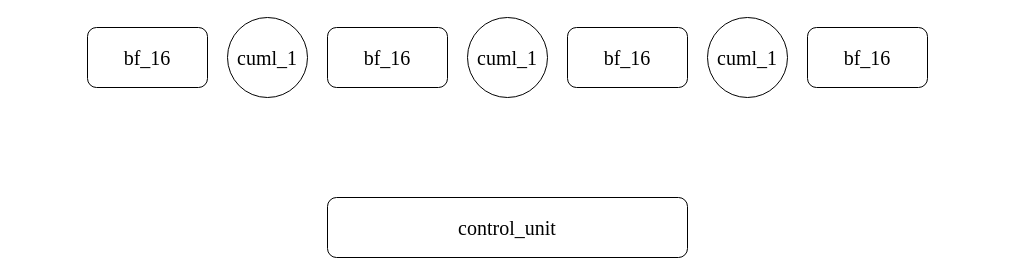
Earlier version of the draw.io diagram 未命名绘图.drawio (ALpht/16_FFT). Source tidied: cells renumbered, new cells numbered last; positions are measured from the earlier drawing's top-left corner, leaving out a move shared by most shapes. Both pictures are drawn from the tidied source at 100%, with x=0, y=0 at pixel (87, 17).
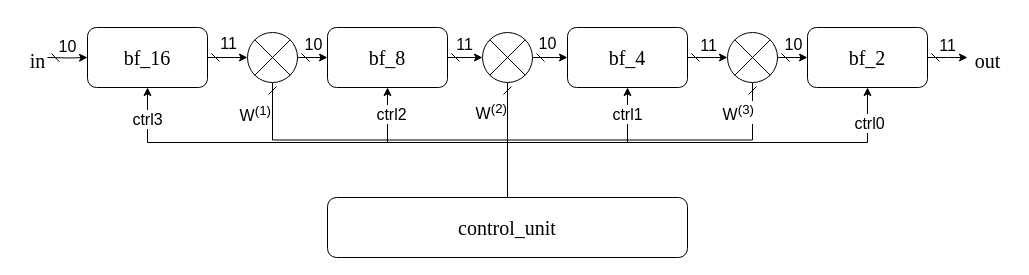
After the change.

Commit message:
更新未命名绘图.drawio

The change refers to these unchanged cells:
```xml
<mxCell id="5" value="&lt;font style=&quot;font-size: 20px;&quot; face=&quot;Times New Roman&quot;&gt;bf_16&lt;/font&gt;" style="rounded=1;whiteSpace=wrap;html=1;" parent="1" vertex="1">
  <mxGeometry y="10" width="120" height="60" as="geometry" />
</mxCell>
<mxCell id="9" value="&lt;font style=&quot;font-size: 20px;&quot; face=&quot;Times New Roman&quot;&gt;control_unit&lt;/font&gt;" style="rounded=1;whiteSpace=wrap;html=1;" parent="1" vertex="1">
  <mxGeometry x="240" y="180" width="360" height="60" as="geometry" />
</mxCell>
```

The edit, as a diff of the source:
```diff
@@
+    <mxCell id="10" style="edgeStyle=orthogonalEdgeStyle;rounded=0;jettySize=auto;html=1;exitX=1;exitY=0.5;exitDx=0;exitDy=0;entryX=0;entryY=0.5;entryDx=0;entryDy=0;startArrow=dash;startFill=0;" parent="1" edge="1" source="2" target="39">
+      <mxGeometry relative="1" as="geometry" />
+    </mxCell>
+    <mxCell id="11" value="&lt;font style=&quot;font-size: 16px;&quot;&gt;11&lt;/font&gt;" style="edgeLabel;html=1;align=center;verticalAlign=bottom;labelPosition=center;verticalLabelPosition=top;" parent="10" vertex="1">
+      <mxGeometry x="-0.09" y="2" relative="1" as="geometry" />
+    </mxCell>
-    <mxCell id="2" value="&lt;font style=&quot;font-size: 20px;&quot; face=&quot;Times New Roman&quot;&gt;bf_16&lt;/font&gt;" style="rounded=1;whiteSpace=wrap;html=1;" parent="1" vertex="1">
+    <mxCell id="2" value="&lt;font style=&quot;font-size: 20px;&quot; face=&quot;Times New Roman&quot;&gt;bf_8&lt;/font&gt;" style="rounded=1;whiteSpace=wrap;html=1;" parent="1" vertex="1">
       <mxGeometry x="240" y="10" width="120" height="60" as="geometry" />
     </mxCell>
+    <mxCell id="12" style="edgeStyle=orthogonalEdgeStyle;rounded=0;jettySize=auto;html=1;exitX=1;exitY=0.5;exitDx=0;exitDy=0;entryX=0;entryY=0.5;entryDx=0;entryDy=0;startArrow=dash;startFill=0;" parent="1" edge="1" source="3" target="36">
+      <mxGeometry relative="1" as="geometry" />
+    </mxCell>
+    <mxCell id="13" value="&lt;font style=&quot;font-size: 16px;&quot;&gt;11&lt;/font&gt;" style="edgeLabel;html=1;align=center;verticalAlign=bottom;fontSize=11;fontFamily=Helvetica;fontColor=default;labelPosition=center;verticalLabelPosition=top;" parent="12" vertex="1">
+      <mxGeometry y="1" relative="1" as="geometry" />
+    </mxCell>
-    <mxCell id="3" value="&lt;font style=&quot;font-size: 20px;&quot; face=&quot;Times New Roman&quot;&gt;bf_16&lt;/font&gt;" style="rounded=1;whiteSpace=wrap;html=1;" parent="1" vertex="1">
+    <mxCell id="3" value="&lt;font style=&quot;font-size: 20px;&quot; face=&quot;Times New Roman&quot;&gt;bf_4&lt;/font&gt;" style="rounded=1;whiteSpace=wrap;html=1;" parent="1" vertex="1">
       <mxGeometry x="480" y="10" width="120" height="60" as="geometry" />
     </mxCell>
+    <mxCell id="14" style="edgeStyle=orthogonalEdgeStyle;rounded=0;jettySize=auto;html=1;exitX=1;exitY=0.5;exitDx=0;exitDy=0;startArrow=dash;startFill=0;" parent="1" edge="1" source="4">
+      <mxGeometry relative="1" as="geometry">
+        <mxPoint x="880" y="40" as="targetPoint" />
+      </mxGeometry>
+    </mxCell>
+    <mxCell id="15" value="&lt;font style=&quot;font-size: 16px;&quot;&gt;11&lt;/font&gt;" style="edgeLabel;html=1;align=center;verticalAlign=bottom;fontSize=11;fontFamily=Helvetica;fontColor=default;labelPosition=center;verticalLabelPosition=top;" parent="14" vertex="1">
+      <mxGeometry x="-0.06" y="1" relative="1" as="geometry" />
+    </mxCell>
-    <mxCell id="4" value="&lt;font style=&quot;font-size: 20px;&quot; face=&quot;Times New Roman&quot;&gt;bf_16&lt;/font&gt;" style="rounded=1;whiteSpace=wrap;html=1;" parent="1" vertex="1">
+    <mxCell id="4" value="&lt;font style=&quot;font-size: 20px;&quot; face=&quot;Times New Roman&quot;&gt;bf_2&lt;/font&gt;" style="rounded=1;whiteSpace=wrap;html=1;" parent="1" vertex="1">
       <mxGeometry x="720" y="10" width="120" height="60" as="geometry" />
     </mxCell>
+    <mxCell id="16" style="edgeStyle=orthogonalEdgeStyle;rounded=0;jettySize=auto;html=1;exitX=0;exitY=0.5;exitDx=0;exitDy=0;entryX=0;entryY=0.5;entryDx=0;entryDy=0;startArrow=dash;startFill=0;" parent="1" edge="1" target="5">
+      <mxGeometry relative="1" as="geometry">
+        <mxPoint x="-40" y="40" as="sourcePoint" />
+      </mxGeometry>
+    </mxCell>
+    <mxCell id="17" value="&lt;font style=&quot;font-size: 16px;&quot;&gt;10&lt;/font&gt;" style="edgeLabel;html=1;align=center;verticalAlign=bottom;labelPosition=center;verticalLabelPosition=top;" parent="16" vertex="1">
+      <mxGeometry relative="1" as="geometry" />
+    </mxCell>
+    <mxCell id="18" style="edgeStyle=orthogonalEdgeStyle;rounded=0;jettySize=auto;html=1;exitX=1;exitY=0.5;exitDx=0;exitDy=0;entryX=0;entryY=0.5;entryDx=0;entryDy=0;startArrow=dash;startFill=0;" parent="1" edge="1" source="5" target="42">
+      <mxGeometry relative="1" as="geometry" />
+    </mxCell>
+    <mxCell id="19" value="&lt;font style=&quot;font-size: 16px;&quot;&gt;11&lt;/font&gt;" style="edgeLabel;html=1;align=center;verticalAlign=bottom;labelPosition=center;verticalLabelPosition=top;" parent="18" vertex="1">
+      <mxGeometry y="3" relative="1" as="geometry" />
+    </mxCell>
@@
-    <mxCell id="6" value="&lt;font style=&quot;font-size: 20px;&quot; face=&quot;Times New Roman&quot;&gt;cuml_1&lt;/font&gt;" style="ellipse;whiteSpace=wrap;html=1;" parent="1" vertex="1">
-      <mxGeometry x="140" width="80" height="80" as="geometry" />
-    </mxCell>
-    <mxCell id="7" value="&lt;font style=&quot;font-size: 20px;&quot; face=&quot;Times New Roman&quot;&gt;cuml_1&lt;/font&gt;" style="ellipse;whiteSpace=wrap;html=1;" parent="1" vertex="1">
-      <mxGeometry x="380" width="80" height="80" as="geometry" />
-    </mxCell>
-    <mxCell id="8" value="&lt;font style=&quot;font-size: 20px;&quot; face=&quot;Times New Roman&quot;&gt;cuml_1&lt;/font&gt;" style="ellipse;whiteSpace=wrap;html=1;" parent="1" vertex="1">
-      <mxGeometry x="620" width="80" height="80" as="geometry" />
-    </mxCell>
+    <mxCell id="20" style="edgeStyle=orthogonalEdgeStyle;rounded=0;jettySize=auto;html=1;exitX=0.5;exitY=0;exitDx=0;exitDy=0;entryX=0.5;entryY=1;entryDx=0;entryDy=0;" parent="1" edge="1" source="9" target="5">
+      <mxGeometry relative="1" as="geometry" />
+    </mxCell>
+    <mxCell id="21" value="&lt;font style=&quot;font-size: 16px;&quot;&gt;ctrl3&lt;/font&gt;" style="edgeLabel;html=1;align=center;verticalAlign=middle;fontSize=11;fontFamily=Helvetica;fontColor=default;labelPosition=center;verticalLabelPosition=middle;" parent="20" vertex="1">
+      <mxGeometry x="0.87" y="1" relative="1" as="geometry" />
+    </mxCell>
+    <mxCell id="22" style="edgeStyle=orthogonalEdgeStyle;rounded=0;jettySize=auto;html=1;exitX=0.5;exitY=0;exitDx=0;exitDy=0;entryX=0.5;entryY=1;entryDx=0;entryDy=0;" parent="1" edge="1" source="9" target="2">
+      <mxGeometry relative="1" as="geometry" />
+    </mxCell>
+    <mxCell id="23" value="&lt;font style=&quot;font-size: 16px;&quot;&gt;ctrl2&lt;/font&gt;" style="edgeLabel;html=1;align=center;verticalAlign=middle;fontSize=11;fontFamily=Helvetica;fontColor=default;labelPosition=center;verticalLabelPosition=middle;" parent="22" vertex="1">
+      <mxGeometry x="0.77" y="-3" relative="1" as="geometry" />
+    </mxCell>
+    <mxCell id="24" style="edgeStyle=orthogonalEdgeStyle;rounded=0;jettySize=auto;html=1;exitX=0.5;exitY=0;exitDx=0;exitDy=0;entryX=0.5;entryY=1;entryDx=0;entryDy=0;" parent="1" edge="1" source="9" target="3">
+      <mxGeometry relative="1" as="geometry" />
+    </mxCell>
+    <mxCell id="25" value="&lt;font style=&quot;font-size: 16px;&quot;&gt;ctrl1&lt;/font&gt;" style="edgeLabel;html=1;align=center;verticalAlign=middle;fontSize=11;fontFamily=Helvetica;fontColor=default;labelPosition=center;verticalLabelPosition=middle;" parent="24" vertex="1">
+      <mxGeometry x="0.77" y="1" relative="1" as="geometry" />
+    </mxCell>
+    <mxCell id="26" style="edgeStyle=orthogonalEdgeStyle;rounded=0;jettySize=auto;html=1;exitX=0.5;exitY=0;exitDx=0;exitDy=0;entryX=0.5;entryY=1;entryDx=0;entryDy=0;" parent="1" edge="1" source="9" target="4">
+      <mxGeometry relative="1" as="geometry" />
+    </mxCell>
+    <mxCell id="27" value="&lt;font style=&quot;font-size: 16px;&quot;&gt;ctrl0&lt;/font&gt;" style="edgeLabel;html=1;align=center;verticalAlign=middle;fontSize=11;fontFamily=Helvetica;fontColor=default;labelPosition=center;verticalLabelPosition=middle;" parent="26" vertex="1">
+      <mxGeometry x="0.85" y="-1" relative="1" as="geometry" />
+    </mxCell>
+    <mxCell id="28" style="edgeStyle=orthogonalEdgeStyle;rounded=0;jettySize=auto;html=1;exitX=0.5;exitY=0;exitDx=0;exitDy=0;entryX=0.5;entryY=1;entryDx=0;entryDy=0;endArrow=dash;endFill=0;" parent="1" edge="1" source="9" target="42">
+      <mxGeometry relative="1" as="geometry" />
+    </mxCell>
+    <mxCell id="29" value="&lt;font style=&quot;font-size: 16px;&quot;&gt;W&lt;sup&gt;(1)&lt;/sup&gt;&lt;/font&gt;" style="edgeLabel;html=1;align=right;verticalAlign=middle;fontSize=11;fontFamily=Helvetica;fontColor=default;labelPosition=left;verticalLabelPosition=middle;" parent="28" vertex="1">
+      <mxGeometry x="0.83" y="1" relative="1" as="geometry" />
+    </mxCell>
+    <mxCell id="30" style="edgeStyle=orthogonalEdgeStyle;rounded=0;jettySize=auto;html=1;exitX=0.5;exitY=0;exitDx=0;exitDy=0;entryX=0.5;entryY=1;entryDx=0;entryDy=0;endArrow=dash;endFill=0;" parent="1" edge="1" source="9" target="39">
+      <mxGeometry relative="1" as="geometry" />
+    </mxCell>
+    <mxCell id="31" value="&lt;font style=&quot;font-size: 16px;&quot;&gt;W&lt;sup&gt;(2)&lt;/sup&gt;&lt;/font&gt;" style="edgeLabel;html=1;align=right;verticalAlign=middle;fontSize=11;fontFamily=Helvetica;fontColor=default;labelPosition=left;verticalLabelPosition=middle;" parent="30" vertex="1">
+      <mxGeometry x="0.51" relative="1" as="geometry" />
+    </mxCell>
+    <mxCell id="32" style="edgeStyle=orthogonalEdgeStyle;rounded=0;jettySize=auto;html=1;exitX=0.5;exitY=0;exitDx=0;exitDy=0;entryX=0.5;entryY=1;entryDx=0;entryDy=0;endArrow=dash;endFill=0;" parent="1" edge="1" source="9" target="36">
+      <mxGeometry relative="1" as="geometry" />
+    </mxCell>
+    <mxCell id="33" value="&lt;font style=&quot;font-size: 16px;&quot;&gt;W&lt;sup&gt;(3)&lt;/sup&gt;&lt;/font&gt;" style="edgeLabel;html=1;align=right;verticalAlign=middle;fontSize=11;fontFamily=Helvetica;fontColor=default;labelPosition=left;verticalLabelPosition=middle;" parent="32" vertex="1">
+      <mxGeometry x="0.84" y="-2" relative="1" as="geometry" />
+    </mxCell>
@@
+    <mxCell id="34" style="edgeStyle=orthogonalEdgeStyle;rounded=0;jettySize=auto;html=1;exitX=1;exitY=0.5;exitDx=0;exitDy=0;entryX=0;entryY=0.5;entryDx=0;entryDy=0;startArrow=dash;startFill=0;" parent="1" edge="1" source="36" target="4">
+      <mxGeometry relative="1" as="geometry" />
+    </mxCell>
+    <mxCell id="35" value="&lt;font style=&quot;font-size: 16px;&quot;&gt;10&lt;/font&gt;" style="edgeLabel;html=1;align=center;verticalAlign=bottom;fontSize=11;fontFamily=Helvetica;fontColor=default;labelPosition=center;verticalLabelPosition=top;" parent="34" vertex="1">
+      <mxGeometry y="2" relative="1" as="geometry" />
+    </mxCell>
+    <mxCell id="36" style="shape=sumEllipse;perimeter=ellipsePerimeter;whiteSpace=wrap;html=1;backgroundOutline=1;" parent="1" vertex="1">
+      <mxGeometry x="640" y="15" width="50" height="50" as="geometry" />
+    </mxCell>
+    <mxCell id="37" style="edgeStyle=orthogonalEdgeStyle;rounded=0;jettySize=auto;html=1;exitX=1;exitY=0.5;exitDx=0;exitDy=0;entryX=0;entryY=0.5;entryDx=0;entryDy=0;startArrow=dash;startFill=0;" parent="1" edge="1" source="39" target="3">
+      <mxGeometry relative="1" as="geometry" />
+    </mxCell>
+    <mxCell id="38" value="&lt;font style=&quot;font-size: 16px;&quot;&gt;10&lt;/font&gt;" style="edgeLabel;html=1;align=center;verticalAlign=bottom;fontSize=11;fontFamily=Helvetica;fontColor=default;labelPosition=center;verticalLabelPosition=top;" parent="37" vertex="1">
+      <mxGeometry x="-0.2" y="3" relative="1" as="geometry" />
+    </mxCell>
+    <mxCell id="39" style="shape=sumEllipse;perimeter=ellipsePerimeter;whiteSpace=wrap;html=1;backgroundOutline=1;" parent="1" vertex="1">
+      <mxGeometry x="395" y="15" width="50" height="50" as="geometry" />
+    </mxCell>
+    <mxCell id="40" style="edgeStyle=orthogonalEdgeStyle;rounded=0;jettySize=auto;html=1;exitX=1;exitY=0.5;exitDx=0;exitDy=0;entryX=0;entryY=0.5;entryDx=0;entryDy=0;startArrow=dash;startFill=0;" parent="1" edge="1" source="42" target="2">
+      <mxGeometry relative="1" as="geometry" />
+    </mxCell>
+    <mxCell id="41" value="&lt;font style=&quot;font-size: 16px;&quot;&gt;10&lt;/font&gt;" style="edgeLabel;html=1;align=center;verticalAlign=bottom;labelPosition=center;verticalLabelPosition=top;" parent="40" vertex="1">
+      <mxGeometry y="2" relative="1" as="geometry" />
+    </mxCell>
+    <mxCell id="42" style="shape=sumEllipse;perimeter=ellipsePerimeter;whiteSpace=wrap;html=1;backgroundOutline=1;" parent="1" vertex="1">
+      <mxGeometry x="160" y="15" width="50" height="50" as="geometry" />
+    </mxCell>
+    <mxCell id="43" value="&lt;font style=&quot;font-size: 20px;&quot; face=&quot;Times New Roman&quot;&gt;in&lt;/font&gt;" style="text;html=1;align=center;verticalAlign=middle;strokeColor=none;fillColor=none;fontSize=11;fontFamily=Helvetica;fontColor=default;" parent="1" vertex="1">
+      <mxGeometry x="-70" y="23" width="40" height="40" as="geometry" />
+    </mxCell>
+    <mxCell id="44" value="&lt;font style=&quot;font-size: 20px;&quot; face=&quot;Times New Roman&quot;&gt;out&lt;/font&gt;" style="text;html=1;align=center;verticalAlign=middle;strokeColor=none;fillColor=none;fontSize=11;fontFamily=Helvetica;fontColor=default;" parent="1" vertex="1">
+      <mxGeometry x="875" y="23" width="50" height="40" as="geometry" />
+    </mxCell>
```
